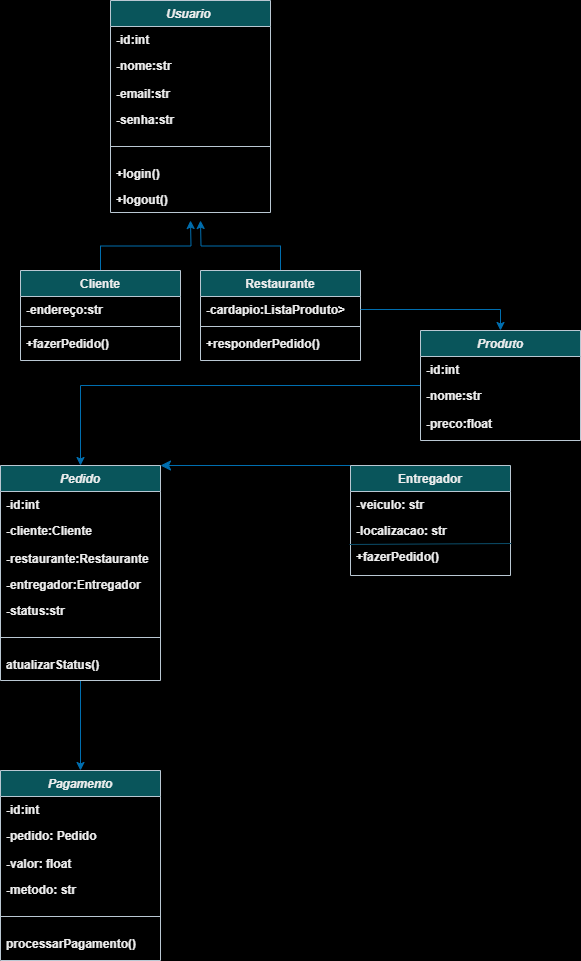
Before: Diagrama de classes DSC.png, a diagram exported from draw.io (luisfelipesantiago/Diagrama-de-classes). Source tidied: cells renumbered, new cells last; positions are measured from the earlier drawing's top-left corner, leaving out a move shared by most shapes.
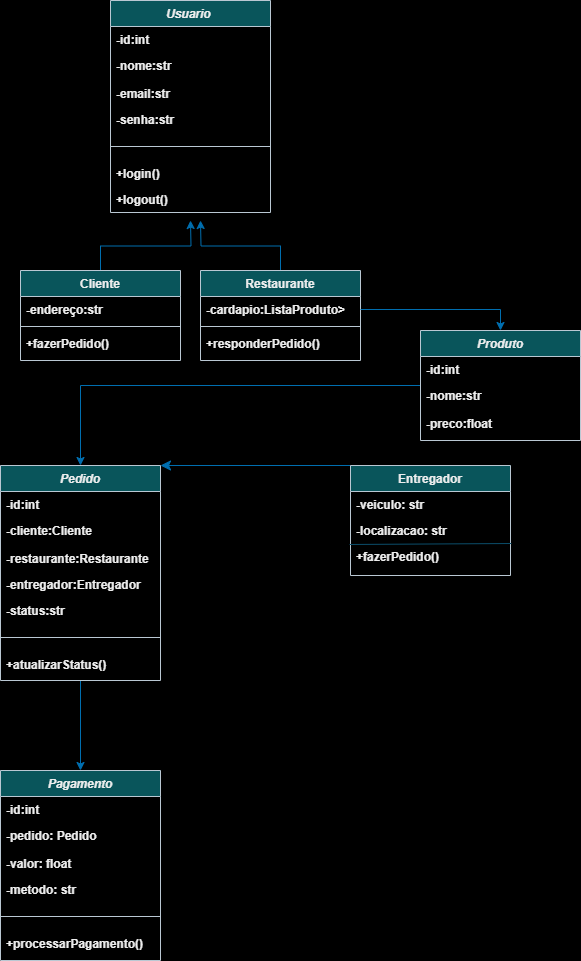
Above is the later version.

Diff of the diagram source:
```diff
@@ -102,7 +102,7 @@
     <mxCell id="33" style="line;html=1;strokeWidth=1;align=left;verticalAlign=middle;spacingTop=-1;spacingLeft=3;spacingRight=3;labelPosition=right;labelBackgroundColor=none;fillColor=#09555B;strokeColor=#BAC8D3;fontColor=#EEEEEE;fontStyle=1;" parent="27" vertex="1">
       <mxGeometry y="158" width="160" height="28" as="geometry" />
     </mxCell>
-    <mxCell id="34" value="atualizarStatus()" style="text;align=left;verticalAlign=top;spacingLeft=4;spacingRight=4;overflow=hidden;rounded=0;shadow=0;html=0;labelBackgroundColor=none;fontColor=#EEEEEE;fontStyle=1;" parent="27" vertex="1">
+    <mxCell id="34" value="+atualizarStatus()" style="text;align=left;verticalAlign=top;spacingLeft=4;spacingRight=4;overflow=hidden;rounded=0;shadow=0;html=0;labelBackgroundColor=none;fontColor=#EEEEEE;fontStyle=1;" parent="27" vertex="1">
       <mxGeometry y="186" width="160" height="22" as="geometry" />
     </mxCell>
     <mxCell id="35" value="Pagamento" style="swimlane;fontStyle=3;align=center;verticalAlign=top;horizontal=1;startSize=26;rounded=0;shadow=0;strokeWidth=1;labelBackgroundColor=none;fillColor=#09555B;strokeColor=#BAC8D3;fontColor=#EEEEEE;" parent="1" vertex="1">
@@ -123,7 +123,7 @@
     <mxCell id="40" style="line;html=1;strokeWidth=1;align=left;verticalAlign=middle;spacingTop=-1;spacingLeft=3;spacingRight=3;labelPosition=right;labelBackgroundColor=none;fillColor=#09555B;strokeColor=#BAC8D3;fontColor=#EEEEEE;fontStyle=1;" parent="35" vertex="1">
       <mxGeometry y="132" width="160" height="28" as="geometry" />
     </mxCell>
-    <mxCell id="41" value="processarPagamento()" style="text;align=left;verticalAlign=top;spacingLeft=4;spacingRight=4;overflow=hidden;rounded=0;shadow=0;html=0;labelBackgroundColor=none;fontColor=#EEEEEE;fontStyle=1;" parent="35" vertex="1">
+    <mxCell id="41" value="+processarPagamento()" style="text;align=left;verticalAlign=top;spacingLeft=4;spacingRight=4;overflow=hidden;rounded=0;shadow=0;html=0;labelBackgroundColor=none;fontColor=#EEEEEE;fontStyle=1;" parent="35" vertex="1">
       <mxGeometry y="160" width="160" height="26" as="geometry" />
     </mxCell>
     <mxCell id="42" style="edgeStyle=none;curved=1;rounded=0;jettySize=auto;html=1;entryX=1;entryY=0.5;entryDx=0;entryDy=0;fontSize=12;startSize=8;endSize=8;exitX=0;exitY=0;exitDx=0;exitDy=0;fillColor=#1ba1e2;strokeColor=#006EAF;" parent="1" edge="1" source="43">
```
